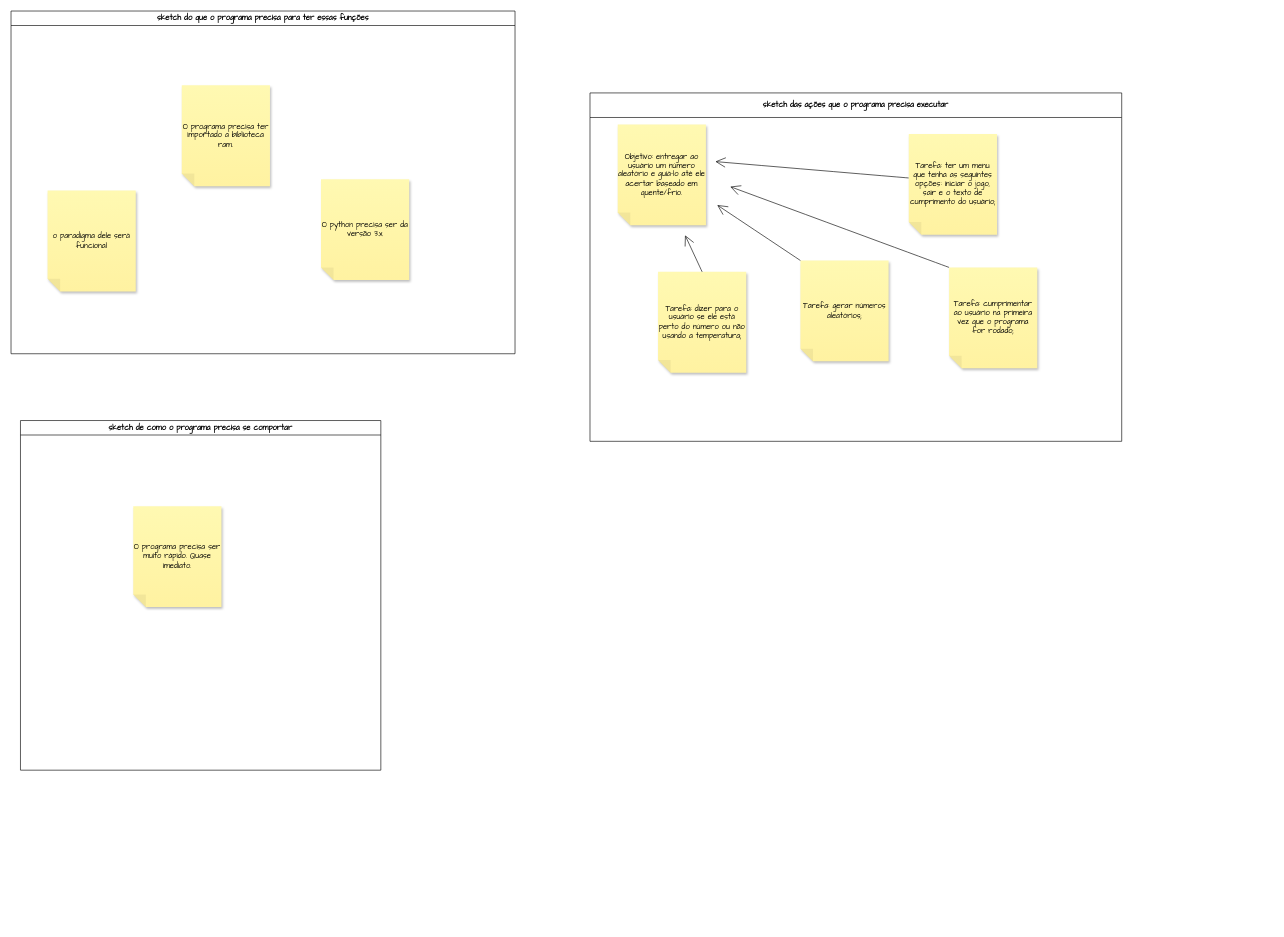
The draw.io diagram guess the number/planejamento.drawio in strelok-st/portifolio-simples, before the edit. Source tidied: cells renumbered, new cells numbered last; positions are measured from the earlier drawing's top-left corner, leaving out a move shared by most shapes. Both pictures are drawn from the tidied source at 63%, with x=0, y=0 at pixel (11, 11).
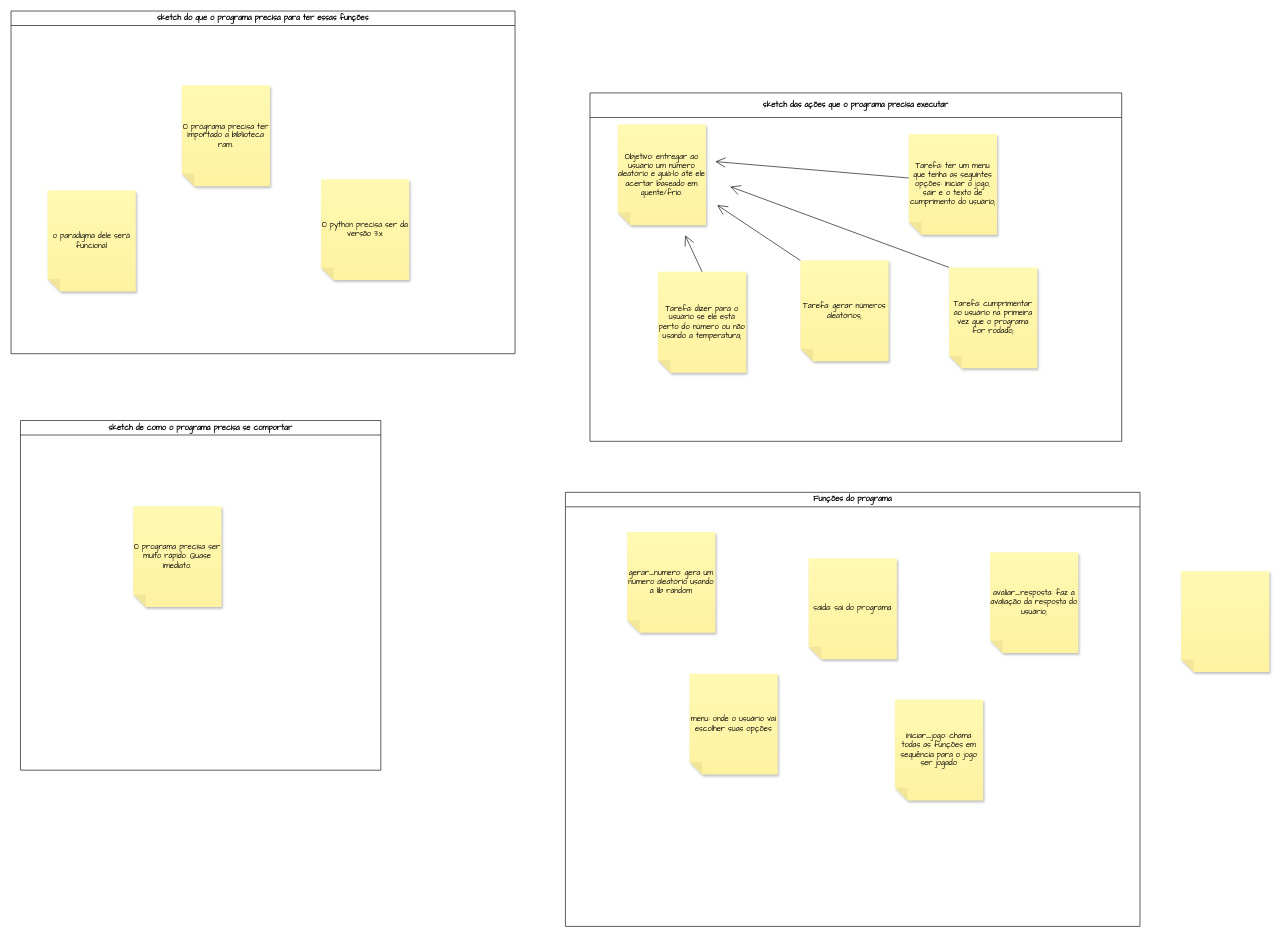
The same page after the edit.

Commit message (it also covers changes not shown here):
Fazendo a primeira versão do programa.

Diff of the diagram source:
```diff
@@
+    <mxCell id="18" value="Funções do programa" style="swimlane;whiteSpace=wrap;html=1;fontFamily=Architects Daughter;" parent="1" vertex="1">
+      <mxGeometry x="880" y="764" width="912" height="689" as="geometry" />
+    </mxCell>
+    <mxCell id="19" value="gerar_numero: gera um número aleatório usando a lib random" style="shape=note;whiteSpace=wrap;html=1;backgroundOutline=1;fontColor=#000000;darkOpacity=0.05;fillColor=#FFF9B2;strokeColor=none;fillStyle=solid;direction=west;gradientDirection=north;gradientColor=#FFF2A1;shadow=1;size=20;fontFamily=Architects Daughter;" parent="18" vertex="1">
+      <mxGeometry x="98" y="63" width="140" height="160" as="geometry" />
+    </mxCell>
+    <mxCell id="20" value="menu: onde o usuário vai escolher suas opções" style="shape=note;whiteSpace=wrap;html=1;backgroundOutline=1;fontColor=#000000;darkOpacity=0.05;fillColor=#FFF9B2;strokeColor=none;fillStyle=solid;direction=west;gradientDirection=north;gradientColor=#FFF2A1;shadow=1;size=20;fontFamily=Architects Daughter;" parent="18" vertex="1">
+      <mxGeometry x="197" y="288" width="140" height="160" as="geometry" />
+    </mxCell>
+    <mxCell id="21" value="saida: sai do programa" style="shape=note;whiteSpace=wrap;html=1;backgroundOutline=1;fontColor=#000000;darkOpacity=0.05;fillColor=#FFF9B2;strokeColor=none;fillStyle=solid;direction=west;gradientDirection=north;gradientColor=#FFF2A1;shadow=1;size=20;fontFamily=Architects Daughter;" parent="18" vertex="1">
+      <mxGeometry x="386" y="105" width="140" height="160" as="geometry" />
+    </mxCell>
+    <mxCell id="22" value="iniciar_jogo: chama todas as funções em sequência para o jogo ser jogado" style="shape=note;whiteSpace=wrap;html=1;backgroundOutline=1;fontColor=#000000;darkOpacity=0.05;fillColor=#FFF9B2;strokeColor=none;fillStyle=solid;direction=west;gradientDirection=north;gradientColor=#FFF2A1;shadow=1;size=20;fontFamily=Architects Daughter;" parent="18" vertex="1">
+      <mxGeometry x="523" y="329" width="140" height="160" as="geometry" />
+    </mxCell>
+    <mxCell id="23" value="avaliar_resposta: faz a avaliação da resposta do usuário;" style="shape=note;whiteSpace=wrap;html=1;backgroundOutline=1;fontColor=#000000;darkOpacity=0.05;fillColor=#FFF9B2;strokeColor=none;fillStyle=solid;direction=west;gradientDirection=north;gradientColor=#FFF2A1;shadow=1;size=20;fontFamily=Architects Daughter;" parent="18" vertex="1">
+      <mxGeometry x="674" y="95" width="140" height="160" as="geometry" />
+    </mxCell>
+    <mxCell id="24" style="shape=note;whiteSpace=wrap;html=1;backgroundOutline=1;fontColor=#000000;darkOpacity=0.05;fillColor=#FFF9B2;strokeColor=none;fillStyle=solid;direction=west;gradientDirection=north;gradientColor=#FFF2A1;shadow=1;size=20;fontFamily=Architects Daughter;" parent="1" vertex="1">
+      <mxGeometry x="1857.3" y="889.3" width="140" height="160" as="geometry" />
+    </mxCell>
```
